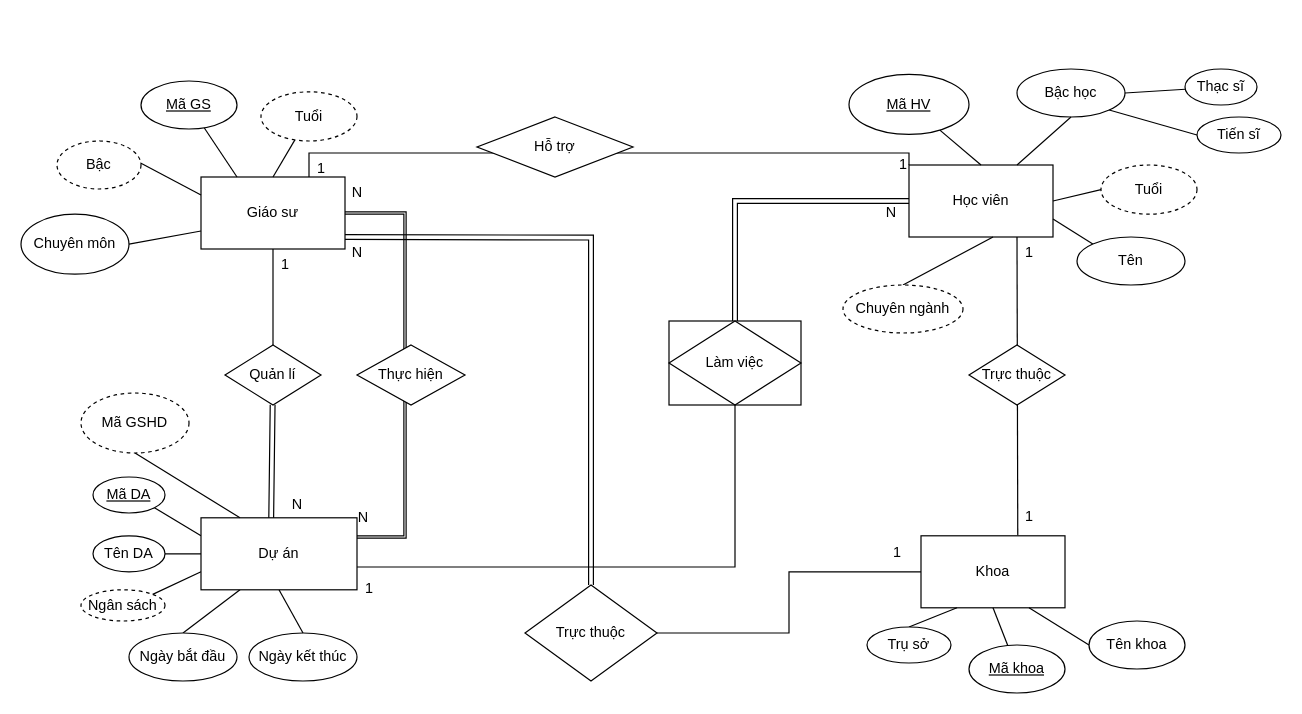
The draw.io diagram page "Page-1" (1 of 3) of Biểu đồ không có tiêu đề.drawio in nqminh11605/hine16.github.io, before the edit. Source tidied: cells renumbered, new cells numbered last; positions are measured from the earlier drawing's top-left corner, leaving out a move shared by most shapes. Both pictures are drawn from the tidied source at 120%, with x=0, y=0 at pixel (20, 68).
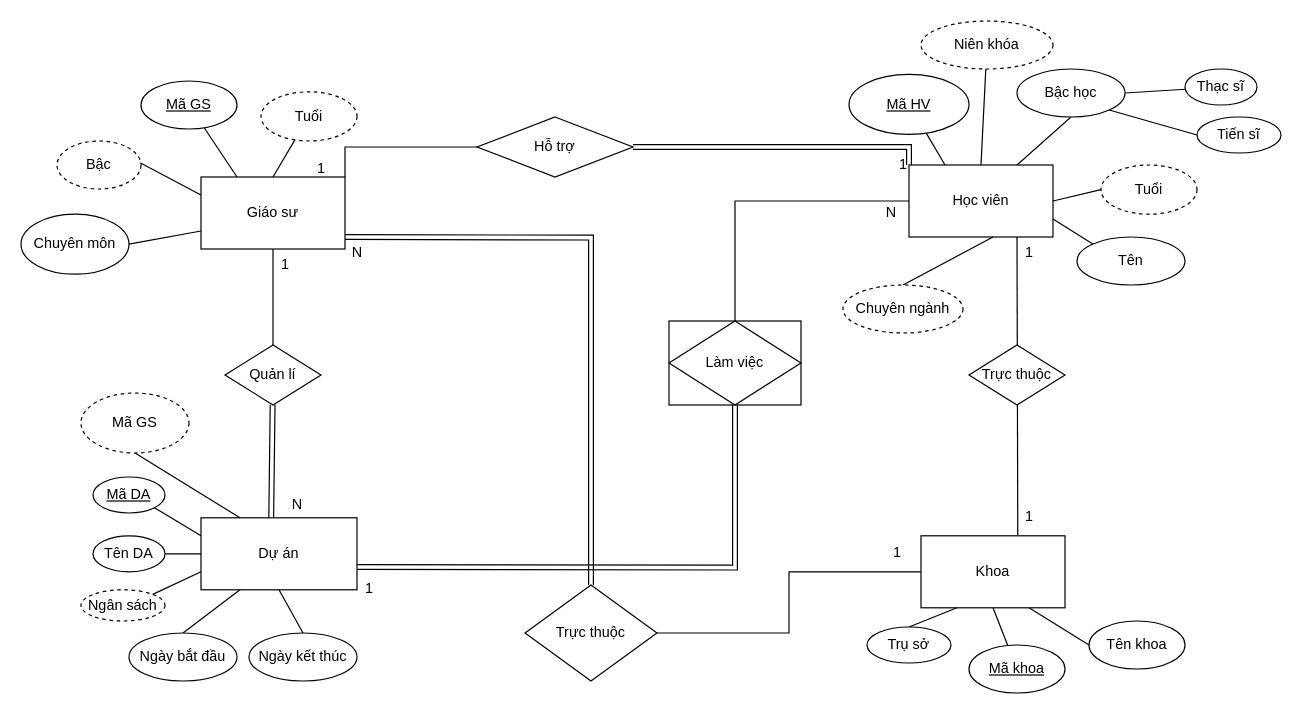
The same diagram, later.

Unchanged cells that the change refers to:
```xml
<mxCell id="3" value="Giáo sư" style="rounded=0;whiteSpace=wrap;html=1;fontSize=12;" parent="1" vertex="1">
  <mxGeometry x="150" y="90" width="120" height="60" as="geometry" />
</mxCell>
<mxCell id="12" value="Học viên" style="rounded=0;whiteSpace=wrap;html=1;fontSize=12;" parent="1" vertex="1">
  <mxGeometry x="740" y="80" width="120" height="60" as="geometry" />
</mxCell>
<mxCell id="14" value="&lt;u&gt;Mã HV&lt;/u&gt;" style="ellipse;whiteSpace=wrap;html=1;fontSize=12;" parent="1" vertex="1">
  <mxGeometry x="690" y="4.5" width="100" height="50" as="geometry" />
</mxCell>
<mxCell id="53" value="Làm việc" style="rhombus;whiteSpace=wrap;html=1;fontSize=12;" parent="1" vertex="1">
  <mxGeometry x="540" y="210" width="110" height="70" as="geometry" />
</mxCell>
<mxCell id="60" value="Hỗ trợ" style="rhombus;whiteSpace=wrap;html=1;fontSize=12;" parent="1" vertex="1">
  <mxGeometry x="380" y="40" width="130" height="50" as="geometry" />
</mxCell>
```

What changed in the source:
```diff
@@
-    <mxCell id="9" value="Bậc" style="ellipse;whiteSpace=wrap;html=1;dashed=1;fontSize=12;" parent="1" vertex="1">
+    <mxCell id="9" value="Bậc" style="ellipse;whiteSpace=wrap;html=1;fontSize=12;dashed=1;" parent="1" vertex="1">
       <mxGeometry x="30" y="60" width="70" height="40" as="geometry" />
     </mxCell>
@@
-    <mxCell id="13" style="endArrow=none;html=1;rounded=0;exitX=0.5;exitY=0;exitDx=0;exitDy=0;fontSize=12;" parent="1" edge="1" source="12" target="14">
+    <mxCell id="13" style="endArrow=none;html=1;rounded=0;exitX=0.25;exitY=0;exitDx=0;exitDy=0;fontSize=12;" parent="1" edge="1" source="12" target="14">
       <mxGeometry relative="1" as="geometry" />
     </mxCell>
@@
-    <mxCell id="47" style="endArrow=none;html=1;rounded=0;shape=link;edgeStyle=orthogonalEdgeStyle;entryX=1;entryY=0.5;entryDx=0;entryDy=0;width=-1.851851851851853;fontSize=12;" parent="1" edge="1" target="3">
-      <mxGeometry relative="1" as="geometry">
-        <mxPoint x="270" y="410" as="sourcePoint" />
-        <Array as="points">
-          <mxPoint x="270" y="390" />
-          <mxPoint x="320" y="390" />
-          <mxPoint x="320" y="120" />
-        </Array>
-      </mxGeometry>
-    </mxCell>
-    <mxCell id="48" value="Thực hiện" style="rhombus;whiteSpace=wrap;html=1;fontSize=12;" parent="1" vertex="1">
-      <mxGeometry x="280" y="230" width="90" height="50" as="geometry" />
-    </mxCell>
-    <mxCell id="49" value="N" style="text;html=1;align=center;verticalAlign=middle;strokeColor=none;fillColor=none;fontSize=12;" parent="1" vertex="1">
-      <mxGeometry x="265" y="88" width="30" height="30" as="geometry" />
-    </mxCell>
-    <mxCell id="50" value="N" style="text;html=1;align=center;verticalAlign=middle;strokeColor=none;fillColor=none;fontSize=12;" parent="1" vertex="1">
-      <mxGeometry x="270" y="359" width="30" height="30" as="geometry" />
-    </mxCell>
@@
-    <mxCell id="52" style="endArrow=none;html=1;rounded=0;exitX=1;exitY=0.75;exitDx=0;exitDy=0;edgeStyle=orthogonalEdgeStyle;fontSize=12;entryX=0.5;entryY=1;entryDx=0;entryDy=0;" parent="1" edge="1" target="53">
+    <mxCell id="52" style="endArrow=none;html=1;rounded=0;exitX=1;exitY=0.75;exitDx=0;exitDy=0;edgeStyle=orthogonalEdgeStyle;fontSize=12;entryX=0.5;entryY=1;entryDx=0;entryDy=0;shape=link;" parent="1" edge="1" target="53">
       <mxGeometry relative="1" as="geometry">
         <mxPoint x="280" y="415" as="sourcePoint" />
-        <Array as="points">
-          <mxPoint x="595" y="415" />
-        </Array>
       </mxGeometry>
     </mxCell>
@@
-    <mxCell id="54" style="endArrow=none;html=1;rounded=0;exitX=0.5;exitY=0;exitDx=0;exitDy=0;entryX=0;entryY=0.5;entryDx=0;entryDy=0;edgeStyle=orthogonalEdgeStyle;shape=link;fontSize=12;" parent="1" edge="1" source="53" target="12">
+    <mxCell id="54" style="endArrow=none;html=1;rounded=0;exitX=0.5;exitY=0;exitDx=0;exitDy=0;entryX=0;entryY=0.5;entryDx=0;entryDy=0;edgeStyle=orthogonalEdgeStyle;fontSize=12;" parent="1" edge="1" source="53" target="12">
       <mxGeometry relative="1" as="geometry" />
     </mxCell>
@@
-    <mxCell id="58" value="Mã GSHD" style="ellipse;whiteSpace=wrap;html=1;dashed=1;fontSize=12;" parent="1" vertex="1">
+    <mxCell id="58" value="Mã GS" style="ellipse;whiteSpace=wrap;html=1;dashed=1;fontSize=12;" parent="1" vertex="1">
       <mxGeometry x="50" y="270" width="90" height="50" as="geometry" />
     </mxCell>
-    <mxCell id="59" style="endArrow=none;html=1;rounded=0;exitX=0.75;exitY=0;exitDx=0;exitDy=0;entryX=0;entryY=0;entryDx=0;entryDy=0;edgeStyle=orthogonalEdgeStyle;fontSize=12;" parent="1" edge="1" source="3" target="12">
-      <mxGeometry relative="1" as="geometry" />
-    </mxCell>
@@
+    <mxCell id="74" style="endArrow=none;html=1;rounded=0;exitX=1;exitY=0;exitDx=0;exitDy=0;entryX=0;entryY=0.5;entryDx=0;entryDy=0;edgeStyle=orthogonalEdgeStyle;" parent="1" edge="1" source="3" target="60">
+      <mxGeometry relative="1" as="geometry" />
+    </mxCell>
+    <mxCell id="75" style="endArrow=none;html=1;rounded=0;exitX=1;exitY=0.5;exitDx=0;exitDy=0;entryX=0;entryY=0;entryDx=0;entryDy=0;edgeStyle=orthogonalEdgeStyle;shape=link;" parent="1" edge="1" source="60" target="12">
+      <mxGeometry relative="1" as="geometry" />
+    </mxCell>
+    <mxCell id="76" style="endArrow=none;html=1;rounded=0;exitX=0.5;exitY=0;exitDx=0;exitDy=0;" parent="1" edge="1" source="12" target="77">
+      <mxGeometry relative="1" as="geometry" />
+    </mxCell>
+    <mxCell id="77" value="Niên khóa" style="ellipse;whiteSpace=wrap;html=1;dashed=1;" parent="1" vertex="1">
+      <mxGeometry x="750" y="-40" width="110" height="40" as="geometry" />
+    </mxCell>
```
